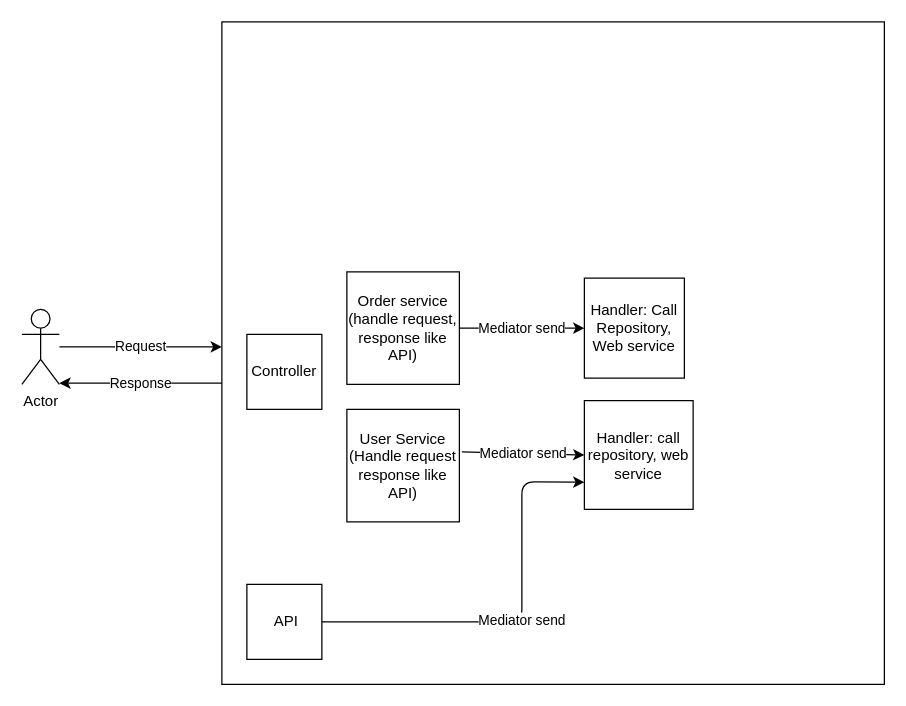
Before: Untitled Diagram.drawio in phuocquach/AOP, a draw.io diagram. Source tidied: cells renumbered, new cells numbered last; positions are measured from the earlier drawing's top-left corner, leaving out a move shared by most shapes. Both pictures are drawn from the tidied source at 125%, with x=0, y=0 at pixel (21, 21).
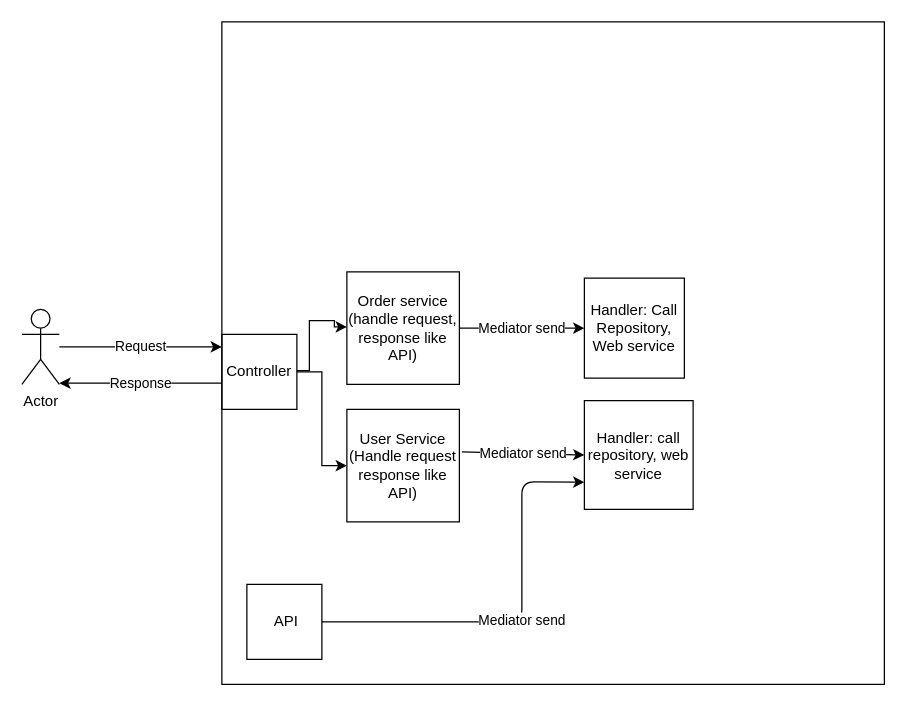
Above is the later version.

The change refers to these unchanged cells:
```xml
<mxCell id="8" value="User Service&lt;br&gt;(Handle request response like API)" style="whiteSpace=wrap;html=1;fillColor=none;" parent="1" vertex="1">
  <mxGeometry x="260" y="310" width="90" height="90" as="geometry" />
</mxCell>
```

What changed in the source:
```diff
@@
+    <mxCell id="15" style="edgeStyle=orthogonalEdgeStyle;rounded=0;jettySize=auto;html=1;" parent="1" edge="1" source="6" target="8">
+      <mxGeometry relative="1" as="geometry" />
+    </mxCell>
+    <mxCell id="16" style="edgeStyle=orthogonalEdgeStyle;rounded=0;orthogonalLoop=1;jettySize=auto;html=1;entryX=0;entryY=0.5;entryDx=0;entryDy=0;" parent="1" edge="1">
+      <mxGeometry relative="1" as="geometry">
+        <mxPoint x="220" y="279" as="sourcePoint" />
+        <mxPoint x="260" y="244" as="targetPoint" />
+        <Array as="points">
+          <mxPoint x="230" y="279" />
+          <mxPoint x="230" y="239" />
+          <mxPoint x="250" y="239" />
+          <mxPoint x="250" y="244" />
+        </Array>
+      </mxGeometry>
+    </mxCell>
     <mxCell id="6" value="Controller" style="whiteSpace=wrap;html=1;fillColor=none;" parent="1" vertex="1">
-      <mxGeometry x="180" y="250" width="60" height="60" as="geometry" />
+      <mxGeometry x="160" y="250" width="60" height="60" as="geometry" />
     </mxCell>
```
